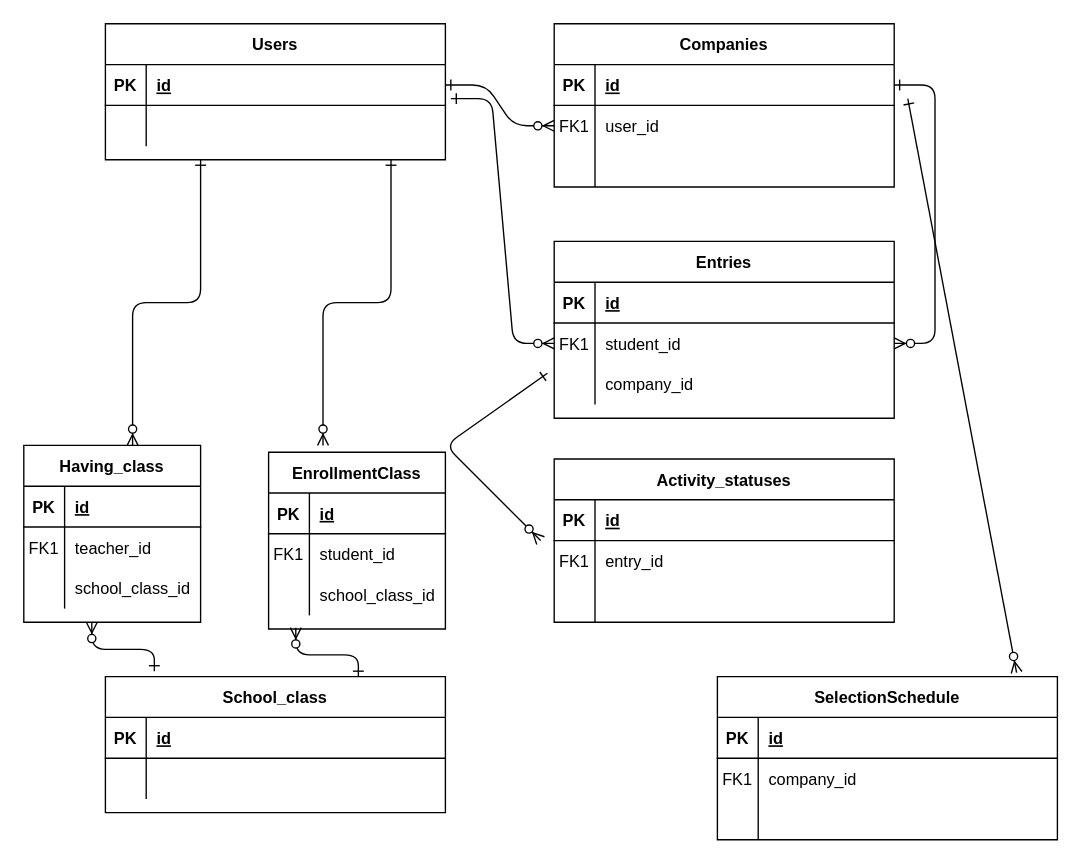
cntn-jr/JHM-2023 keeps this draw.io diagram as page "DBエンティティ" (1 of 18) of documents/JHM-2023_ER.drawio. Above is the earlier version. Source tidied: cells renumbered, new cells numbered last; positions are measured from the earlier drawing's top-left corner, leaving out a move shared by most shapes. Both pictures are drawn from the tidied source at 136%, with x=0, y=0 at pixel (23, 23).
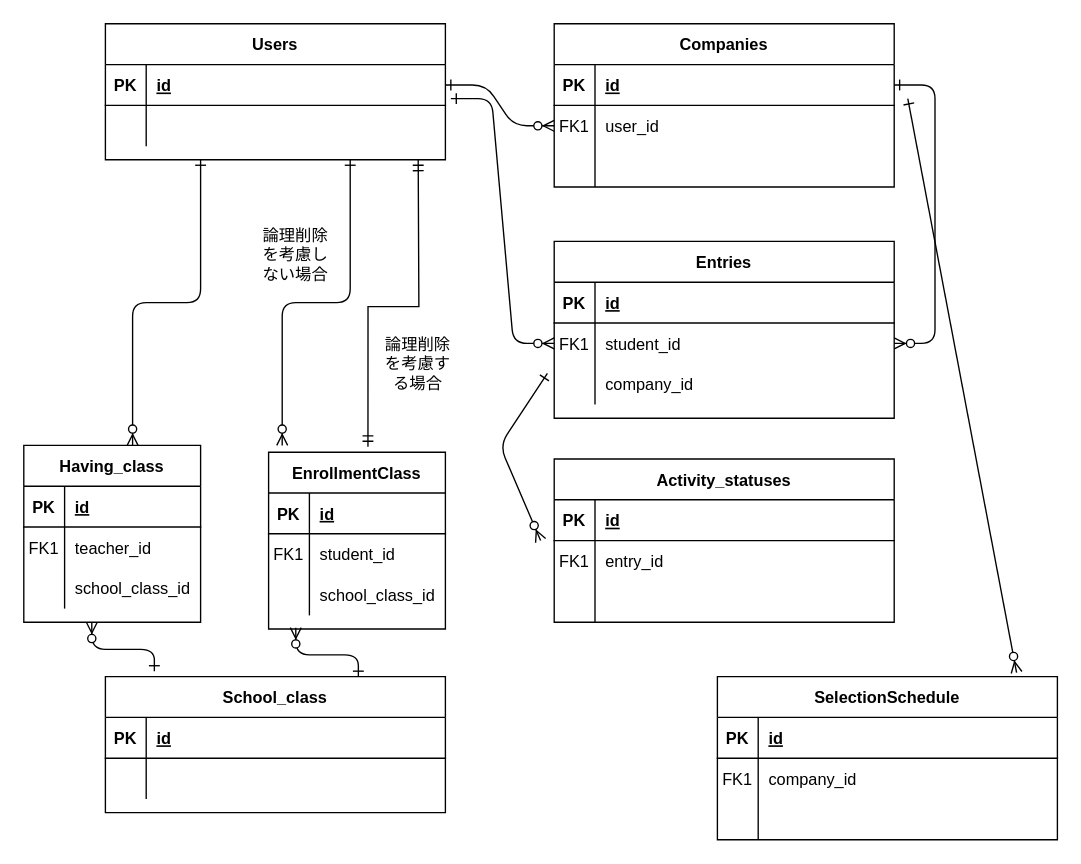
Above is the later version.

Commit message:
docs: 業務フロー図を作成

Unchanged cells that the change refers to:
```xml
<mxCell id="21" style="shape=partialRectangle;fillColor=none;points=[[0,0.5],[1,0.5]];portConstraint=eastwest;top=0;left=0;right=0;bottom=0;" parent="14" vertex="1">
  <mxGeometry y="90" width="250" height="30" as="geometry" />
</mxCell>
<mxCell id="73" value="EnrollmentClass" style="shape=table;startSize=30;childLayout=tableLayout;rowLines=0;fontStyle=1;align=center;" parent="1" vertex="1">
  <mxGeometry x="180" y="315" width="130" height="130" as="geometry" />
</mxCell>
```

The edit, as a diff of the source:
```diff
@@
     <mxCell id="42" style="endArrow=ERzeroToMany;startArrow=ERone;endFill=1;startFill=0;exitX=-0.02;exitY=0.233;exitDx=0;exitDy=0;exitPerimeter=0;" parent="1" edge="1" source="21">
       <mxGeometry relative="1" as="geometry">
         <mxPoint x="380" y="380" as="targetPoint" />
         <Array as="points">
-          <mxPoint x="310" y="310" />
+          <mxPoint x="350" y="310" />
         </Array>
       </mxGeometry>
     </mxCell>
@@
-    <mxCell id="84" style="edgeStyle=elbowEdgeStyle;endArrow=ERzeroToMany;startArrow=ERone;endFill=1;startFill=0;elbow=vertical;" parent="1" edge="1">
-      <mxGeometry relative="1" as="geometry">
-        <mxPoint x="270" y="100" as="sourcePoint" />
-        <mxPoint x="220" y="310" as="targetPoint" />
-      </mxGeometry>
-    </mxCell>
+    <mxCell id="85" style="edgeStyle=elbowEdgeStyle;endArrow=ERzeroToMany;startArrow=ERone;endFill=1;startFill=0;elbow=vertical;" parent="1" edge="1">
+      <mxGeometry relative="1" as="geometry">
+        <mxPoint x="240" y="100" as="sourcePoint" />
+        <mxPoint x="190" y="310" as="targetPoint" />
+      </mxGeometry>
+    </mxCell>
+    <mxCell id="86" style="edgeStyle=orthogonalEdgeStyle;fontSize=12;html=1;endArrow=ERmandOne;startArrow=ERmandOne;rounded=0;exitX=0.562;exitY=-0.031;exitDx=0;exitDy=0;exitPerimeter=0;" parent="1" edge="1" source="73">
+      <mxGeometry relative="1" as="geometry">
+        <mxPoint x="290" y="100" as="targetPoint" />
+      </mxGeometry>
+    </mxCell>
+    <mxCell id="87" value="論理削除を考慮する場合" style="text;html=1;strokeColor=none;fillColor=none;align=center;verticalAlign=middle;whiteSpace=wrap;rounded=0;" parent="1" vertex="1">
+      <mxGeometry x="260" y="220" width="60" height="60" as="geometry" />
+    </mxCell>
+    <mxCell id="88" value="論理削除を考慮しない場合" style="text;html=1;strokeColor=none;fillColor=none;align=center;verticalAlign=middle;whiteSpace=wrap;rounded=0;" parent="1" vertex="1">
+      <mxGeometry x="170" y="140" width="60" height="60" as="geometry" />
+    </mxCell>
```
